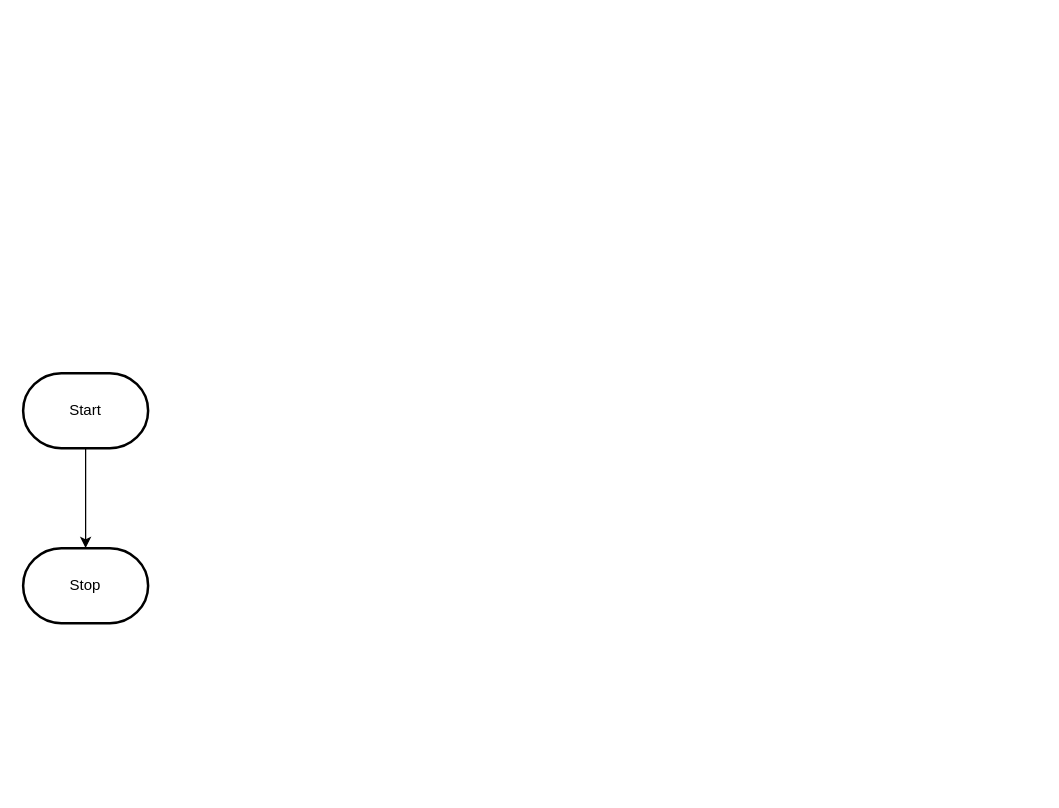
The draw.io diagram design/flowchart.drawio in MTHS-ICS2O-2-2022/ICS2O-Unit-5-08-Mariam-Kasim, before the edit. Source tidied: cells renumbered, new cells numbered last; positions are measured from the earlier drawing's top-left corner, leaving out a move shared by most shapes. Both pictures are drawn from the tidied source at 125%, with x=0, y=0 at pixel (22, 372).
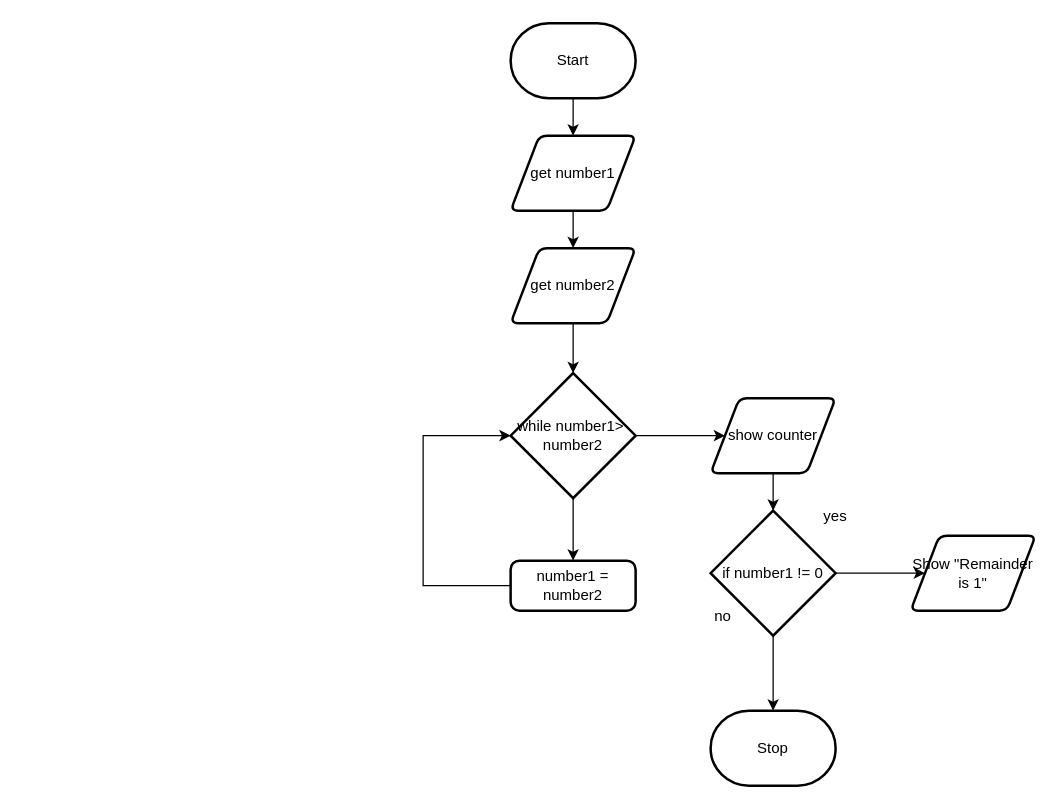
The same diagram, later.

What changed in the source:
```diff
@@
-    <mxCell id="2" style="edgeStyle=orthogonalEdgeStyle;html=1;rounded=0;" parent="1" edge="1" source="3" target="4">
+    <mxCell id="2" style="edgeStyle=none;html=1;" parent="1" edge="1" source="3" target="6">
       <mxGeometry relative="1" as="geometry" />
     </mxCell>
     <mxCell id="3" value="Start" style="strokeWidth=2;html=1;shape=mxgraph.flowchart.terminator;whiteSpace=wrap;" parent="1" vertex="1">
-      <mxGeometry width="100" height="60" as="geometry" />
+      <mxGeometry x="390" y="-280" width="100" height="60" as="geometry" />
     </mxCell>
     <mxCell id="4" value="Stop" style="strokeWidth=2;html=1;shape=mxgraph.flowchart.terminator;whiteSpace=wrap;" parent="1" vertex="1">
-      <mxGeometry y="140" width="100" height="60" as="geometry" />
+      <mxGeometry x="550" y="270" width="100" height="60" as="geometry" />
     </mxCell>
+    <mxCell id="5" style="edgeStyle=none;html=1;" parent="1" edge="1" source="6" target="8">
+      <mxGeometry relative="1" as="geometry" />
+    </mxCell>
+    <mxCell id="6" value="get number1" style="shape=parallelogram;html=1;strokeWidth=2;perimeter=parallelogramPerimeter;whiteSpace=wrap;rounded=1;arcSize=12;size=0.23;" parent="1" vertex="1">
+      <mxGeometry x="390" y="-190" width="100" height="60" as="geometry" />
+    </mxCell>
+    <mxCell id="7" style="edgeStyle=none;html=1;" parent="1" edge="1" source="8" target="11">
+      <mxGeometry relative="1" as="geometry" />
+    </mxCell>
+    <mxCell id="8" value="get number2" style="shape=parallelogram;html=1;strokeWidth=2;perimeter=parallelogramPerimeter;whiteSpace=wrap;rounded=1;arcSize=12;size=0.23;" parent="1" vertex="1">
+      <mxGeometry x="390" y="-100" width="100" height="60" as="geometry" />
+    </mxCell>
+    <mxCell id="9" style="edgeStyle=none;html=1;" parent="1" edge="1" source="11" target="13">
+      <mxGeometry relative="1" as="geometry" />
+    </mxCell>
+    <mxCell id="10" style="edgeStyle=none;html=1;" parent="1" edge="1" source="11" target="21">
+      <mxGeometry relative="1" as="geometry" />
+    </mxCell>
+    <mxCell id="11" value="while number1&amp;gt;&amp;nbsp;&lt;br&gt;number2" style="strokeWidth=2;html=1;shape=mxgraph.flowchart.decision;whiteSpace=wrap;" parent="1" vertex="1">
+      <mxGeometry x="390" width="100" height="100" as="geometry" />
+    </mxCell>
+    <mxCell id="12" style="edgeStyle=none;html=1;" parent="1" edge="1" source="13" target="16">
+      <mxGeometry relative="1" as="geometry" />
+    </mxCell>
+    <mxCell id="13" value="show counter" style="shape=parallelogram;html=1;strokeWidth=2;perimeter=parallelogramPerimeter;whiteSpace=wrap;rounded=1;arcSize=12;size=0.23;" parent="1" vertex="1">
+      <mxGeometry x="550" y="20" width="100" height="60" as="geometry" />
+    </mxCell>
+    <mxCell id="14" style="edgeStyle=none;html=1;entryX=0.5;entryY=0;entryDx=0;entryDy=0;entryPerimeter=0;" parent="1" edge="1" source="16" target="4">
+      <mxGeometry relative="1" as="geometry" />
+    </mxCell>
+    <mxCell id="15" style="edgeStyle=none;html=1;" parent="1" edge="1" source="16" target="19">
+      <mxGeometry relative="1" as="geometry" />
+    </mxCell>
+    <mxCell id="16" value="if number1 != 0" style="strokeWidth=2;html=1;shape=mxgraph.flowchart.decision;whiteSpace=wrap;" parent="1" vertex="1">
+      <mxGeometry x="550" y="110" width="100" height="100" as="geometry" />
+    </mxCell>
+    <mxCell id="17" value="yes" style="text;strokeColor=none;align=center;fillColor=none;html=1;verticalAlign=middle;whiteSpace=wrap;rounded=0;" parent="1" vertex="1">
+      <mxGeometry x="620" y="100" width="60" height="30" as="geometry" />
+    </mxCell>
+    <mxCell id="18" value="no" style="text;strokeColor=none;align=center;fillColor=none;html=1;verticalAlign=middle;whiteSpace=wrap;rounded=0;" parent="1" vertex="1">
+      <mxGeometry x="530" y="180" width="60" height="30" as="geometry" />
+    </mxCell>
+    <mxCell id="19" value="Show &quot;Remainder is 1&quot;" style="shape=parallelogram;html=1;strokeWidth=2;perimeter=parallelogramPerimeter;whiteSpace=wrap;rounded=1;arcSize=12;size=0.23;" parent="1" vertex="1">
+      <mxGeometry x="710" y="130" width="100" height="60" as="geometry" />
+    </mxCell>
+    <mxCell id="20" style="edgeStyle=none;html=1;entryX=0;entryY=0.5;entryDx=0;entryDy=0;entryPerimeter=0;rounded=0;" parent="1" edge="1" source="21" target="11">
+      <mxGeometry relative="1" as="geometry">
+        <Array as="points">
+          <mxPoint x="320" y="170" />
+          <mxPoint x="320" y="50" />
+        </Array>
+      </mxGeometry>
+    </mxCell>
+    <mxCell id="21" value="number1 = number2" style="rounded=1;whiteSpace=wrap;html=1;absoluteArcSize=1;arcSize=14;strokeWidth=2;" parent="1" vertex="1">
+      <mxGeometry x="390" y="150" width="100" height="40" as="geometry" />
+    </mxCell>
```
